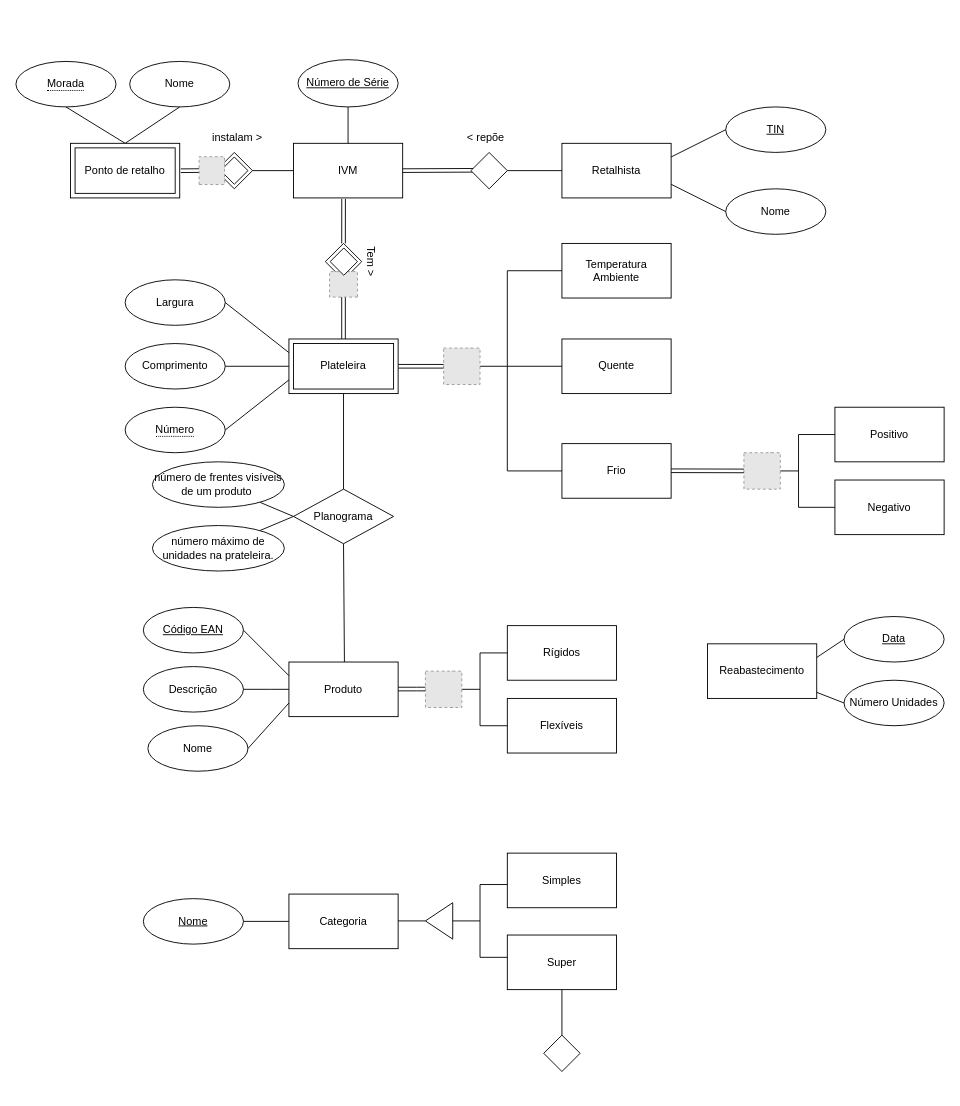
Before: Untitled Diagram.drawio in inespereirinha/BD, a draw.io diagram. Source tidied: cells renumbered, new cells numbered last; positions are measured from the earlier drawing's top-left corner, leaving out a move shared by most shapes. Both pictures are drawn from the tidied source at 91%, with x=0, y=0 at pixel (15, 59). Pictures stored in the file or linked from it are replaced by grey dashed boxes.
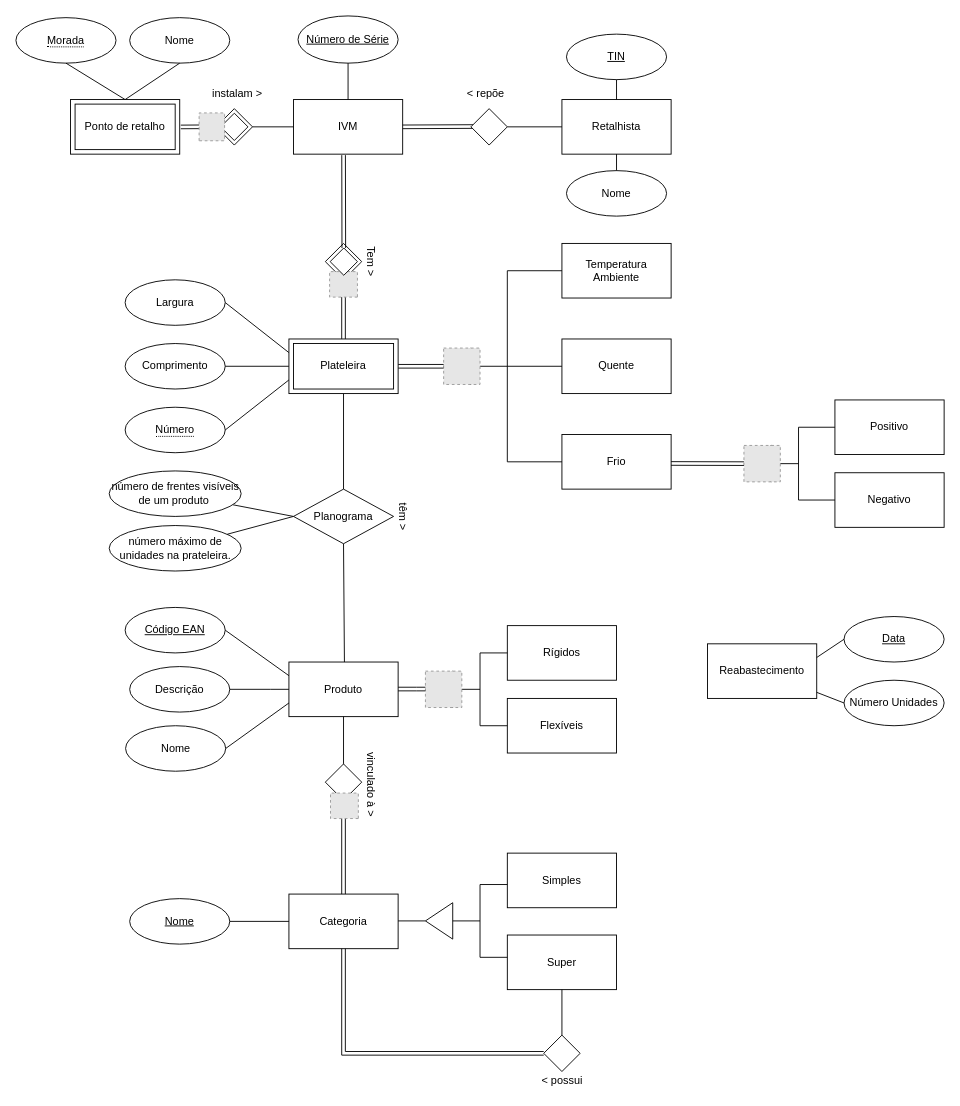
Above is the later version.

Commit message:
ligacao entre produto e categoria

Unchanged cells that the change refers to:
```xml
<mxCell id="17" value="Produto" style="rounded=0;whiteSpace=wrap;html=1;" parent="1" vertex="1">
  <mxGeometry x="300" y="662" width="120" height="60" as="geometry" />
</mxCell>
<mxCell id="23" value="Categoria" style="rounded=0;whiteSpace=wrap;html=1;" parent="1" vertex="1">
  <mxGeometry x="300" y="917" width="120" height="60" as="geometry" />
</mxCell>
<mxCell id="88" style="rhombus;whiteSpace=wrap;html=1;" parent="1" vertex="1">
  <mxGeometry x="580" y="1072" width="40" height="40" as="geometry" />
</mxCell>
<mxCell id="95" style="rhombus;whiteSpace=wrap;html=1;" parent="1" vertex="1">
  <mxGeometry x="345.3" y="207" width="30" height="30" as="geometry" />
</mxCell>
```

Diff of the diagram source:
```diff
@@
     <mxCell id="2" value="IVM" style="rounded=0;whiteSpace=wrap;html=1;" parent="1" vertex="1">
-      <mxGeometry x="305" y="92" width="120" height="60" as="geometry" />
+      <mxGeometry x="305" y="43.9" width="120" height="60" as="geometry" />
     </mxCell>
     <mxCell id="3" value="Nome" style="ellipse;whiteSpace=wrap;html=1;" parent="1" vertex="1">
-      <mxGeometry x="125" y="2" width="110" height="50" as="geometry" />
+      <mxGeometry x="125" y="-46.1" width="110" height="50" as="geometry" />
     </mxCell>
     <mxCell id="4" value="&lt;div style=&quot;border-bottom: 1px dotted black&quot;&gt;Morada&lt;/div&gt;" style="ellipse;whiteSpace=wrap;html=1;" parent="1" vertex="1">
-      <mxGeometry y="2" width="110" height="50" as="geometry" />
+      <mxGeometry y="-46.1" width="110" height="50" as="geometry" />
     </mxCell>
     <mxCell id="5" value="&lt;u&gt;Número de Série&lt;/u&gt;" style="ellipse;whiteSpace=wrap;html=1;" parent="1" vertex="1">
-      <mxGeometry x="310" y="0.1" width="110" height="51.9" as="geometry" />
+      <mxGeometry x="310" y="-48" width="110" height="51.9" as="geometry" />
     </mxCell>
     <mxCell id="6" value="Retalhista" style="rounded=0;whiteSpace=wrap;html=1;" parent="1" vertex="1">
-      <mxGeometry x="600" y="92" width="120" height="60" as="geometry" />
+      <mxGeometry x="600" y="43.9" width="120" height="60" as="geometry" />
     </mxCell>
     <mxCell id="7" value="&lt;u&gt;TIN&lt;/u&gt;" style="ellipse;whiteSpace=wrap;html=1;" parent="1" vertex="1">
-      <mxGeometry x="780" y="52" width="110" height="50" as="geometry" />
+      <mxGeometry x="605" y="-28" width="110" height="50" as="geometry" />
     </mxCell>
     <mxCell id="8" value="Nome" style="ellipse;whiteSpace=wrap;html=1;" parent="1" vertex="1">
-      <mxGeometry x="780" y="142" width="110" height="50" as="geometry" />
+      <mxGeometry x="605" y="122" width="110" height="50" as="geometry" />
     </mxCell>
@@
     <mxCell id="13" value="Frio" style="rounded=0;whiteSpace=wrap;html=1;" parent="1" vertex="1">
-      <mxGeometry x="600" y="422" width="120" height="60" as="geometry" />
+      <mxGeometry x="600" y="412" width="120" height="60" as="geometry" />
     </mxCell>
@@
     <mxCell id="15" value="Positivo" style="rounded=0;whiteSpace=wrap;html=1;" parent="1" vertex="1">
-      <mxGeometry x="900" y="382" width="120" height="60" as="geometry" />
+      <mxGeometry x="900" y="374" width="120" height="60" as="geometry" />
     </mxCell>
     <mxCell id="16" value="Negativo" style="rounded=0;whiteSpace=wrap;html=1;" parent="1" vertex="1">
-      <mxGeometry x="900" y="462" width="120" height="60" as="geometry" />
+      <mxGeometry x="900" y="454" width="120" height="60" as="geometry" />
     </mxCell>
@@
     <mxCell id="18" value="&lt;u&gt;Código EAN&lt;/u&gt;" style="ellipse;whiteSpace=wrap;html=1;" parent="1" vertex="1">
-      <mxGeometry x="140" y="602" width="110" height="50" as="geometry" />
+      <mxGeometry x="120" y="602" width="110" height="50" as="geometry" />
     </mxCell>
     <mxCell id="19" value="Descrição" style="ellipse;whiteSpace=wrap;html=1;" parent="1" vertex="1">
-      <mxGeometry x="140" y="667" width="110" height="50" as="geometry" />
+      <mxGeometry x="125" y="667" width="110" height="50" as="geometry" />
     </mxCell>
     <mxCell id="20" value="Nome" style="ellipse;whiteSpace=wrap;html=1;" parent="1" vertex="1">
-      <mxGeometry x="145" y="732" width="110" height="50" as="geometry" />
+      <mxGeometry x="120.5" y="732" width="110" height="50" as="geometry" />
     </mxCell>
@@
     <mxCell id="24" value="&lt;u&gt;Nome&lt;/u&gt;" style="ellipse;whiteSpace=wrap;html=1;" parent="1" vertex="1">
-      <mxGeometry x="140" y="922" width="110" height="50" as="geometry" />
+      <mxGeometry x="125" y="922" width="110" height="50" as="geometry" />
     </mxCell>
@@
     <mxCell id="31" style="endArrow=none;html=1;rounded=0;entryX=0.5;entryY=1;entryDx=0;entryDy=0;exitX=0.5;exitY=0;exitDx=0;exitDy=0;" parent="1" edge="1" target="4">
       <mxGeometry relative="1" as="geometry">
-        <mxPoint x="120" y="92" as="sourcePoint" />
+        <mxPoint x="120" y="43.9" as="sourcePoint" />
       </mxGeometry>
     </mxCell>
     <mxCell id="32" style="endArrow=none;html=1;rounded=0;entryX=0.5;entryY=1;entryDx=0;entryDy=0;exitX=0.5;exitY=0;exitDx=0;exitDy=0;" parent="1" edge="1" target="3">
       <mxGeometry relative="1" as="geometry">
-        <mxPoint x="120" y="92" as="sourcePoint" />
+        <mxPoint x="120" y="43.9" as="sourcePoint" />
       </mxGeometry>
     </mxCell>
-    <mxCell id="33" style="endArrow=none;html=1;rounded=0;entryX=0;entryY=0.5;entryDx=0;entryDy=0;exitX=1;exitY=0.25;exitDx=0;exitDy=0;" parent="1" edge="1" source="6" target="7">
+    <mxCell id="33" style="endArrow=none;html=1;rounded=0;entryX=0.5;entryY=1;entryDx=0;entryDy=0;" parent="1" edge="1" source="6" target="7">
       <mxGeometry relative="1" as="geometry" />
     </mxCell>
-    <mxCell id="34" style="endArrow=none;html=1;rounded=0;entryX=1;entryY=0.75;entryDx=0;entryDy=0;exitX=0;exitY=0.5;exitDx=0;exitDy=0;" parent="1" edge="1" source="8" target="6">
+    <mxCell id="34" style="endArrow=none;html=1;rounded=0;entryX=0.5;entryY=1;entryDx=0;entryDy=0;" parent="1" edge="1" source="8" target="6">
       <mxGeometry relative="1" as="geometry" />
     </mxCell>
@@
     <mxCell id="46" style="endArrow=none;html=1;rounded=0;" parent="1" edge="1">
       <mxGeometry relative="1" as="geometry">
-        <mxPoint x="540" y="452" as="sourcePoint" />
+        <mxPoint x="540" y="442" as="sourcePoint" />
         <mxPoint x="540" y="232" as="targetPoint" />
       </mxGeometry>
     </mxCell>
     <mxCell id="47" style="endArrow=none;html=1;rounded=0;entryX=0;entryY=0.5;entryDx=0;entryDy=0;" parent="1" edge="1" target="13">
       <mxGeometry relative="1" as="geometry">
-        <mxPoint x="540" y="452" as="sourcePoint" />
+        <mxPoint x="540" y="442" as="sourcePoint" />
       </mxGeometry>
     </mxCell>
@@
     <mxCell id="50" style="triangle;whiteSpace=wrap;html=1;rotation=-180;" parent="1" vertex="1">
-      <mxGeometry x="800" y="432" width="30" height="40" as="geometry" />
+      <mxGeometry x="800" y="424" width="30" height="40" as="geometry" />
     </mxCell>
     <mxCell id="51" style="endArrow=none;html=1;rounded=0;exitX=0;exitY=0.5;exitDx=0;exitDy=0;" parent="1" edge="1" source="15">
       <mxGeometry relative="1" as="geometry">
-        <mxPoint x="860" y="412" as="targetPoint" />
+        <mxPoint x="860" y="404" as="targetPoint" />
       </mxGeometry>
     </mxCell>
     <mxCell id="52" style="endArrow=none;html=1;rounded=0;entryX=0;entryY=0.5;entryDx=0;entryDy=0;" parent="1" edge="1" target="50">
       <mxGeometry relative="1" as="geometry">
-        <mxPoint x="860" y="452" as="sourcePoint" />
+        <mxPoint x="860" y="444" as="sourcePoint" />
       </mxGeometry>
     </mxCell>
     <mxCell id="53" style="endArrow=none;html=1;rounded=0;" parent="1" edge="1">
       <mxGeometry relative="1" as="geometry">
-        <mxPoint x="860" y="492" as="sourcePoint" />
-        <mxPoint x="860" y="412" as="targetPoint" />
+        <mxPoint x="860" y="484" as="sourcePoint" />
+        <mxPoint x="860" y="404" as="targetPoint" />
       </mxGeometry>
     </mxCell>
     <mxCell id="54" style="endArrow=none;html=1;rounded=0;entryX=0;entryY=0.5;entryDx=0;entryDy=0;" parent="1" edge="1" target="16">
       <mxGeometry relative="1" as="geometry">
-        <mxPoint x="860" y="492" as="sourcePoint" />
+        <mxPoint x="860" y="484" as="sourcePoint" />
       </mxGeometry>
     </mxCell>
@@
     <mxCell id="68" style="rhombus;whiteSpace=wrap;html=1;" parent="1" vertex="1">
-      <mxGeometry x="500" y="102" width="40" height="40" as="geometry" />
+      <mxGeometry x="500" y="53.9" width="40" height="40" as="geometry" />
     </mxCell>
@@
-    <mxCell id="70" style="shape=link;html=1;rounded=0;exitX=0.459;exitY=1.018;exitDx=0;exitDy=0;exitPerimeter=0;entryX=0.5;entryY=0.417;entryDx=0;entryDy=0;entryPerimeter=0;" parent="1" edge="1" source="2">
-      <mxGeometry relative="1" as="geometry">
-        <mxPoint x="360" y="202" as="targetPoint" />
-      </mxGeometry>
+    <mxCell id="70" style="shape=link;html=1;rounded=0;exitX=0.459;exitY=1.018;exitDx=0;exitDy=0;exitPerimeter=0;entryX=0.5;entryY=0;entryDx=0;entryDy=0;" parent="1" edge="1" source="2" target="95">
+      <mxGeometry relative="1" as="geometry" />
     </mxCell>
@@
     <mxCell id="74" style="fillColor=#E6E6E6;strokeColor=#999999;dashed=1;html=1;verticalAlign=top;verticalLabelPosition=bottom;labelBackgroundColor=#ffffff;" parent="1" vertex="1">
-      <mxGeometry x="800" y="432" width="40" height="40" as="geometry" />
+      <mxGeometry x="800" y="424" width="40" height="40" as="geometry" />
     </mxCell>
@@
     <mxCell id="78" style="rhombus;whiteSpace=wrap;html=1;" parent="1" vertex="1">
-      <mxGeometry x="220" y="102" width="40" height="40" as="geometry" />
+      <mxGeometry x="220" y="53.9" width="40" height="40" as="geometry" />
     </mxCell>
     <mxCell id="79" value="Ponto de retalho" style="shape=ext;margin=3;double=1;whiteSpace=wrap;html=1;align=center;" parent="1" vertex="1">
-      <mxGeometry x="60" y="92" width="120" height="60" as="geometry" />
+      <mxGeometry x="60" y="43.9" width="120" height="60" as="geometry" />
     </mxCell>
     <mxCell id="80" style="rhombus;whiteSpace=wrap;html=1;" parent="1" vertex="1">
-      <mxGeometry x="225" y="107" width="30" height="30" as="geometry" />
+      <mxGeometry x="225" y="58.9" width="30" height="30" as="geometry" />
     </mxCell>
     <mxCell id="81" style="shape=link;html=1;rounded=0;entryX=1.01;entryY=0.603;entryDx=0;entryDy=0;entryPerimeter=0;" parent="1" edge="1">
       <mxGeometry relative="1" as="geometry">
-        <mxPoint x="210" y="121.9" as="sourcePoint" />
-        <mxPoint x="181.2" y="122.1" as="targetPoint" />
+        <mxPoint x="210" y="73.8" as="sourcePoint" />
+        <mxPoint x="181.2" y="74" as="targetPoint" />
       </mxGeometry>
     </mxCell>
     <mxCell id="82" style="fillColor=#E6E6E6;strokeColor=#999999;dashed=1;html=1;verticalAlign=top;verticalLabelPosition=bottom;labelBackgroundColor=#ffffff;rotation=-90;" parent="1" vertex="1">
-      <mxGeometry x="200" y="108" width="30.6" height="28" as="geometry" />
+      <mxGeometry x="200" y="59.9" width="30.6" height="28" as="geometry" />
     </mxCell>
     <mxCell id="83" style="endArrow=none;html=1;rounded=0;entryX=0;entryY=0.5;entryDx=0;entryDy=0;" parent="1" edge="1" target="2">
       <mxGeometry relative="1" as="geometry">
-        <mxPoint x="260" y="122" as="sourcePoint" />
+        <mxPoint x="260" y="73.9" as="sourcePoint" />
       </mxGeometry>
     </mxCell>
     <mxCell id="84" value="&lt; repõe" style="text;strokeColor=none;fillColor=none;spacingLeft=4;spacingRight=4;overflow=hidden;fontSize=12;" parent="1" vertex="1">
-      <mxGeometry x="490" y="72" width="60" height="30" as="geometry" />
+      <mxGeometry x="490" y="23.9" width="60" height="30" as="geometry" />
     </mxCell>
     <mxCell id="85" value="instalam &gt;" style="text;strokeColor=none;fillColor=none;spacingLeft=4;spacingRight=4;overflow=hidden;fontSize=12;" parent="1" vertex="1">
-      <mxGeometry x="210" y="72" width="70" height="30" as="geometry" />
+      <mxGeometry x="210" y="23.9" width="70" height="30" as="geometry" />
     </mxCell>
@@
     <mxCell id="87" style="shape=link;html=1;rounded=0;entryX=0;entryY=0.5;entryDx=0;entryDy=0;exitX=1;exitY=0.5;exitDx=0;exitDy=0;" parent="1" edge="1" target="74">
       <mxGeometry relative="1" as="geometry">
-        <mxPoint x="720" y="451.8" as="sourcePoint" />
+        <mxPoint x="720" y="443.8" as="sourcePoint" />
       </mxGeometry>
     </mxCell>
@@
     <mxCell id="94" value="número de frentes visíveis de um produto&amp;nbsp;" style="ellipse;whiteSpace=wrap;html=1;" parent="1" vertex="1">
-      <mxGeometry x="150" y="442" width="145" height="50" as="geometry" />
+      <mxGeometry x="102.5" y="452" width="145" height="50" as="geometry" />
     </mxCell>
@@
     <mxCell id="98" value="número máximo de unidades na prateleira." style="ellipse;whiteSpace=wrap;html=1;" parent="1" vertex="1">
-      <mxGeometry x="150" y="512" width="145" height="50" as="geometry" />
+      <mxGeometry x="102.5" y="512" width="145" height="50" as="geometry" />
     </mxCell>
+    <mxCell id="99" style="rhombus;whiteSpace=wrap;html=1;" parent="1" vertex="1">
+      <mxGeometry x="340" y="774" width="40" height="40" as="geometry" />
+    </mxCell>
+    <mxCell id="100" style="shape=link;html=1;rounded=0;entryX=0.5;entryY=0;entryDx=0;entryDy=0;" parent="1" edge="1" target="23">
+      <mxGeometry relative="1" as="geometry">
+        <mxPoint x="360" y="822" as="sourcePoint" />
+      </mxGeometry>
+    </mxCell>
+    <mxCell id="101" style="fillColor=#E6E6E6;strokeColor=#999999;dashed=1;html=1;verticalAlign=top;verticalLabelPosition=bottom;labelBackgroundColor=#ffffff;rotation=-180;" parent="1" vertex="1">
+      <mxGeometry x="345.7" y="806" width="30.6" height="28" as="geometry" />
+    </mxCell>
+    <mxCell id="102" style="endArrow=none;html=1;rounded=0;entryX=0.5;entryY=1;entryDx=0;entryDy=0;exitX=0.5;exitY=0;exitDx=0;exitDy=0;" parent="1" edge="1" source="99" target="17">
+      <mxGeometry relative="1" as="geometry" />
+    </mxCell>
+    <mxCell id="103" value="vinculado à &amp;gt;" style="text;html=1;align=center;verticalAlign=middle;strokeColor=none;fillColor=none;rotation=90;" parent="1" vertex="1">
+      <mxGeometry x="345.7" y="786" width="90" height="20" as="geometry" />
+    </mxCell>
+    <mxCell id="104" value="têm &amp;gt;" style="text;html=1;align=center;verticalAlign=middle;strokeColor=none;fillColor=none;rotation=90;" parent="1" vertex="1">
+      <mxGeometry x="400" y="492" width="50" height="20" as="geometry" />
+    </mxCell>
+    <mxCell id="105" style="shape=link;html=1;rounded=0;entryX=0.5;entryY=1;entryDx=0;entryDy=0;exitX=0;exitY=0.5;exitDx=0;exitDy=0;" parent="1" edge="1" source="88" target="23">
+      <mxGeometry relative="1" as="geometry">
+        <Array as="points">
+          <mxPoint x="360" y="1092" />
+        </Array>
+      </mxGeometry>
+    </mxCell>
+    <mxCell id="106" value="&amp;lt; possui" style="text;html=1;align=center;verticalAlign=middle;strokeColor=none;fillColor=none;" parent="1" vertex="1">
+      <mxGeometry x="570" y="1112" width="60" height="20" as="geometry" />
+    </mxCell>
```
